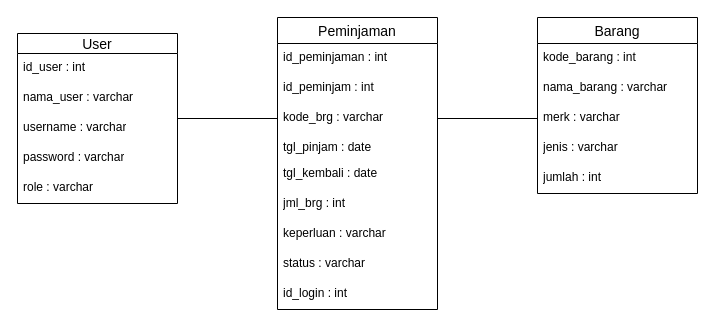
Before: erd tabeldrawio.drawio in AlliefJundan/aaaaa, a draw.io diagram. Source tidied: cells renumbered, new cells numbered last; positions are measured from the earlier drawing's top-left corner, leaving out a move shared by most shapes. Both pictures are drawn from the tidied source at 100%, with x=0, y=0 at pixel (17, 17).
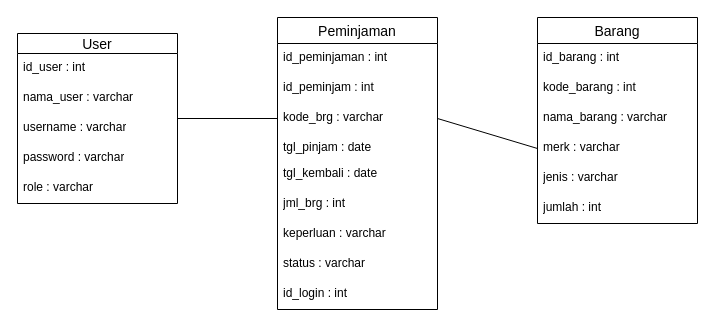
The same diagram, later.

The edit, as a diff of the source:
```diff
@@
     <mxCell id="8" value="Barang" style="swimlane;fontStyle=0;horizontal=1;startSize=26;align=center;fontSize=14;" parent="1" vertex="1">
-      <mxGeometry x="520" width="160" height="176" as="geometry" />
+      <mxGeometry x="520" width="160" height="206" as="geometry" />
     </mxCell>
-    <mxCell id="9" value="kode_barang : int" style="text;strokeColor=none;fillColor=none;spacingLeft=4;spacingRight=4;overflow=hidden;fontSize=12;whiteSpace=wrap;html=1;" parent="8" vertex="1">
+    <mxCell id="9" value="id_barang : int" style="text;strokeColor=none;fillColor=none;spacingLeft=4;spacingRight=4;overflow=hidden;fontSize=12;whiteSpace=wrap;html=1;" parent="8" vertex="1">
       <mxGeometry y="26" width="160" height="30" as="geometry" />
     </mxCell>
+    <mxCell id="26" value="kode_barang : int" style="text;strokeColor=none;fillColor=none;spacingLeft=4;spacingRight=4;overflow=hidden;fontSize=12;whiteSpace=wrap;html=1;" parent="8" vertex="1">
+      <mxGeometry y="56" width="160" height="30" as="geometry" />
+    </mxCell>
     <mxCell id="10" value="nama_barang : varchar" style="text;strokeColor=none;fillColor=none;spacingLeft=4;spacingRight=4;overflow=hidden;fontSize=12;whiteSpace=wrap;html=1;" parent="8" vertex="1">
-      <mxGeometry y="56" width="160" height="30" as="geometry" />
+      <mxGeometry y="86" width="160" height="30" as="geometry" />
     </mxCell>
     <mxCell id="11" value="merk : varchar" style="text;strokeColor=none;fillColor=none;spacingLeft=4;spacingRight=4;overflow=hidden;points=[[0,0.5],[1,0.5]];portConstraint=eastwest;fontSize=12;whiteSpace=wrap;html=1;" parent="8" vertex="1">
-      <mxGeometry y="86" width="160" height="30" as="geometry" />
+      <mxGeometry y="116" width="160" height="30" as="geometry" />
     </mxCell>
     <mxCell id="12" value="jenis : varchar" style="text;strokeColor=none;fillColor=none;spacingLeft=4;spacingRight=4;overflow=hidden;fontSize=12;whiteSpace=wrap;html=1;" parent="8" vertex="1">
-      <mxGeometry y="116" width="160" height="30" as="geometry" />
+      <mxGeometry y="146" width="160" height="30" as="geometry" />
     </mxCell>
     <mxCell id="13" value="jumlah : int" style="text;strokeColor=none;fillColor=none;spacingLeft=4;spacingRight=4;overflow=hidden;fontSize=12;whiteSpace=wrap;html=1;" parent="8" vertex="1">
-      <mxGeometry y="146" width="160" height="30" as="geometry" />
+      <mxGeometry y="176" width="160" height="30" as="geometry" />
     </mxCell>
```
